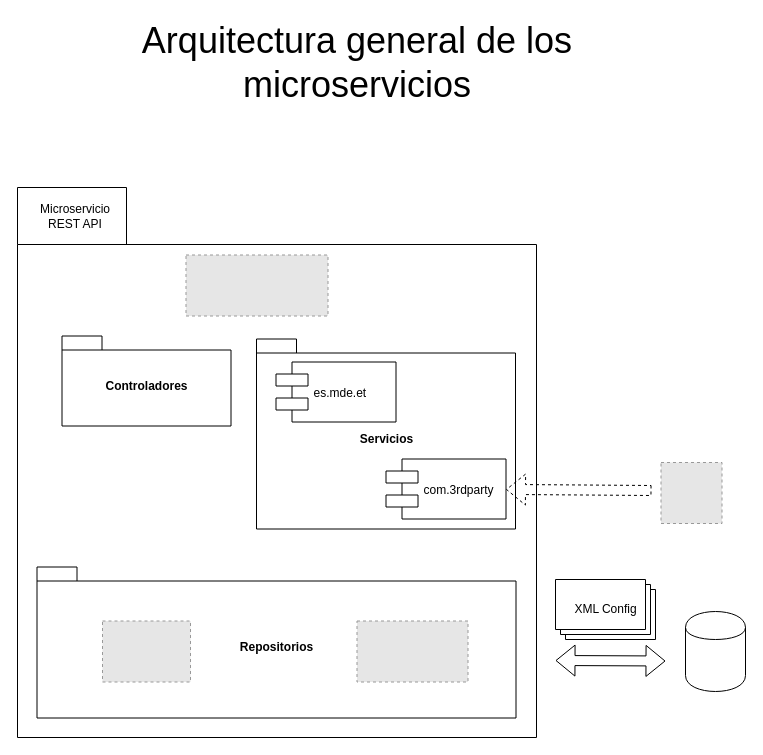
Earlier version of the draw.io diagram page "Microservicio" (2 of 2) of Documentos Trabajo/Practica DIM.drawio (DptoSIC/DatosDeportivos). Source tidied: cells renumbered, new cells numbered last; positions are measured from the earlier drawing's top-left corner, leaving out a move shared by most shapes. Both pictures are drawn from the tidied source at 100%, with x=0, y=0 at pixel (17, 17). Pictures stored in the file or linked from it are replaced by grey dashed boxes.
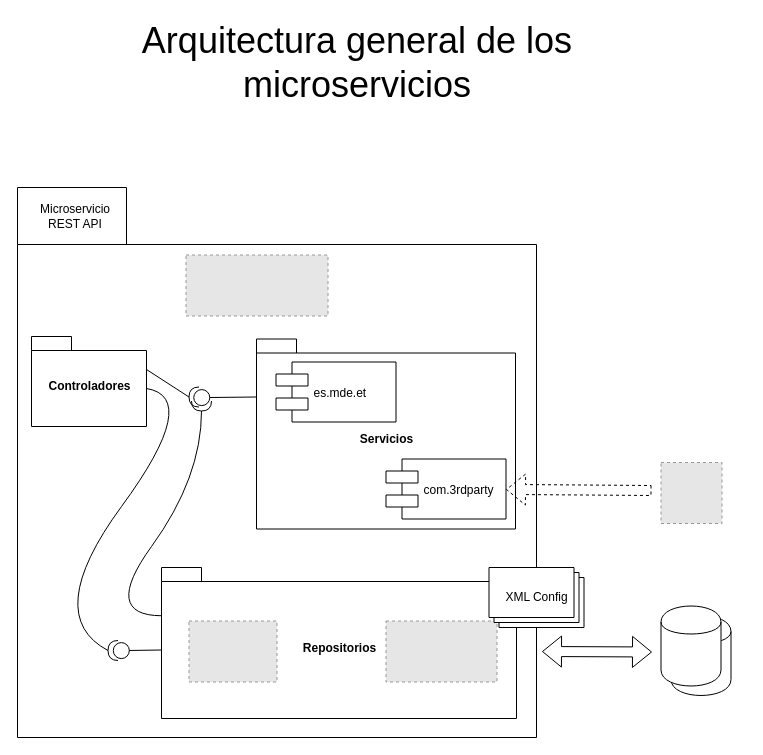
The same page after the edit.

The change refers to these unchanged cells:
```xml
<mxCell id="2" style="shape=folder;fontStyle=1;spacingTop=10;tabWidth=109;tabHeight=57;tabPosition=left;html=1;" parent="1" vertex="1">
  <mxGeometry y="170" width="519" height="550" as="geometry" />
</mxCell>
<mxCell id="3" value="Servicios" style="shape=folder;fontStyle=1;spacingTop=10;tabWidth=40;tabHeight=14;tabPosition=left;html=1;" parent="1" vertex="1">
  <mxGeometry x="239" y="321.5" width="259" height="190" as="geometry" />
</mxCell>
```

Change to the diagram source:
```diff
@@
     <mxCell id="8" value="Repositorios" style="shape=folder;fontStyle=1;spacingTop=10;tabWidth=40;tabHeight=14;tabPosition=left;html=1;horizontal=1;labelPosition=center;verticalLabelPosition=middle;align=center;verticalAlign=middle;" parent="1" vertex="1">
-      <mxGeometry x="19.5" y="549.5" width="479" height="151" as="geometry" />
+      <mxGeometry x="144" y="550" width="355" height="151" as="geometry" />
     </mxCell>
     <mxCell id="9" style="fillColor=#E6E6E6;strokeColor=#999999;dashed=1;html=1;verticalLabelPosition=bottom;labelBackgroundColor=#ffffff;verticalAlign=top;" parent="1" vertex="1">
-      <mxGeometry x="85" y="603.5" width="88" height="61" as="geometry" />
+      <mxGeometry x="171.5" y="603.5" width="88" height="61" as="geometry" />
     </mxCell>
     <mxCell id="10" style="fillColor=#E6E6E6;strokeColor=#999999;dashed=1;html=1;verticalLabelPosition=bottom;labelBackgroundColor=#ffffff;verticalAlign=top;" parent="1" vertex="1">
-      <mxGeometry x="339.5" y="603.5" width="111" height="61" as="geometry" />
+      <mxGeometry x="368.5" y="603.5" width="111" height="61" as="geometry" />
     </mxCell>
@@
     <mxCell id="13" value="Controladores" style="shape=folder;fontStyle=1;spacingTop=10;tabWidth=40;tabHeight=14;tabPosition=left;html=1;" parent="1" vertex="1">
-      <mxGeometry x="44.5" y="318.5" width="169" height="90" as="geometry" />
+      <mxGeometry x="14" y="319" width="115" height="90" as="geometry" />
     </mxCell>
     <mxCell id="14" style="shape=cylinder;whiteSpace=wrap;html=1;boundedLbl=1;backgroundOutline=1;" parent="1" vertex="1">
-      <mxGeometry x="668" y="594" width="60" height="80" as="geometry" />
+      <mxGeometry x="653.5" y="598" width="60" height="80" as="geometry" />
     </mxCell>
     <mxCell id="15" value="XML Config" style="verticalLabelPosition=middle;verticalAlign=middle;html=1;shape=mxgraph.basic.layered_rect;dx=10;labelPosition=center;align=center;" parent="1" vertex="1">
-      <mxGeometry x="538" y="562" width="100" height="60" as="geometry" />
+      <mxGeometry x="471.5" y="550" width="95" height="60" as="geometry" />
     </mxCell>
     <mxCell id="16" style="shape=flexArrow;endArrow=classic;html=1;startArrow=block;" parent="1" edge="1">
       <mxGeometry relative="1" as="geometry">
-        <mxPoint x="648" y="643.5" as="sourcePoint" />
-        <mxPoint x="538" y="643" as="targetPoint" />
+        <mxPoint x="634.5" y="634.5" as="sourcePoint" />
+        <mxPoint x="524.5" y="634" as="targetPoint" />
       </mxGeometry>
     </mxCell>
@@
+    <mxCell id="18" style="endArrow=none;html=1;startArrow=oval;startFill=0;entryX=0;entryY=0;entryDx=0;entryDy=82.5;entryPerimeter=0;endSize=6;startSize=16;exitX=0.2;exitY=0.842;exitDx=0;exitDy=0;exitPerimeter=0;" parent="1" edge="1" source="2" target="8">
+      <mxGeometry relative="1" as="geometry" />
+    </mxCell>
+    <mxCell id="19" style="endArrow=none;html=1;startArrow=oval;startFill=0;entryX=0;entryY=0;entryDx=0;entryDy=58;entryPerimeter=0;endSize=6;startSize=16;exitX=0.355;exitY=0.382;exitDx=0;exitDy=0;exitPerimeter=0;" parent="1" edge="1" source="2" target="3">
+      <mxGeometry relative="1" as="geometry" />
+    </mxCell>
+    <mxCell id="20" style="shape=requiredInterface;html=1;verticalLabelPosition=bottom;rotation=180;" parent="1" vertex="1">
+      <mxGeometry x="171.5" y="369.5" width="10" height="20" as="geometry" />
+    </mxCell>
+    <mxCell id="21" style="endArrow=none;html=1;entryX=1;entryY=0.5;entryDx=0;entryDy=0;entryPerimeter=0;exitX=0;exitY=0;exitDx=115;exitDy=33;exitPerimeter=0;" parent="1" edge="1" source="13" target="20">
+      <mxGeometry relative="1" as="geometry" />
+    </mxCell>
+    <mxCell id="22" style="shape=requiredInterface;html=1;verticalLabelPosition=bottom;rotation=180;" parent="1" vertex="1">
+      <mxGeometry x="90.5" y="623" width="10" height="20" as="geometry" />
+    </mxCell>
+    <mxCell id="23" style="curved=1;endArrow=none;html=1;endFill=0;entryX=0;entryY=0;entryDx=115;entryDy=52;entryPerimeter=0;exitX=1;exitY=0.5;exitDx=0;exitDy=0;exitPerimeter=0;" parent="1" edge="1" source="22" target="13">
+      <mxGeometry relative="1" as="geometry">
+        <Array as="points">
+          <mxPoint x="24" y="598" />
+          <mxPoint x="184" y="380" />
+        </Array>
+      </mxGeometry>
+    </mxCell>
+    <mxCell id="24" style="shape=requiredInterface;html=1;verticalLabelPosition=bottom;rotation=90;" parent="1" vertex="1">
+      <mxGeometry x="179" y="378.5" width="10" height="20" as="geometry" />
+    </mxCell>
+    <mxCell id="25" style="curved=1;endArrow=none;html=1;endFill=0;entryX=1;entryY=0.5;entryDx=0;entryDy=0;entryPerimeter=0;exitX=0;exitY=0;exitDx=0;exitDy=48.25;exitPerimeter=0;" parent="1" edge="1" source="8" target="24">
+      <mxGeometry relative="1" as="geometry">
+        <Array as="points">
+          <mxPoint x="84" y="598" />
+          <mxPoint x="184" y="460" />
+        </Array>
+      </mxGeometry>
+    </mxCell>
+    <mxCell id="26" style="shape=cylinder;whiteSpace=wrap;html=1;boundedLbl=1;backgroundOutline=1;" parent="1" vertex="1">
+      <mxGeometry x="643.5" y="588.5" width="60" height="80" as="geometry" />
+    </mxCell>
```
